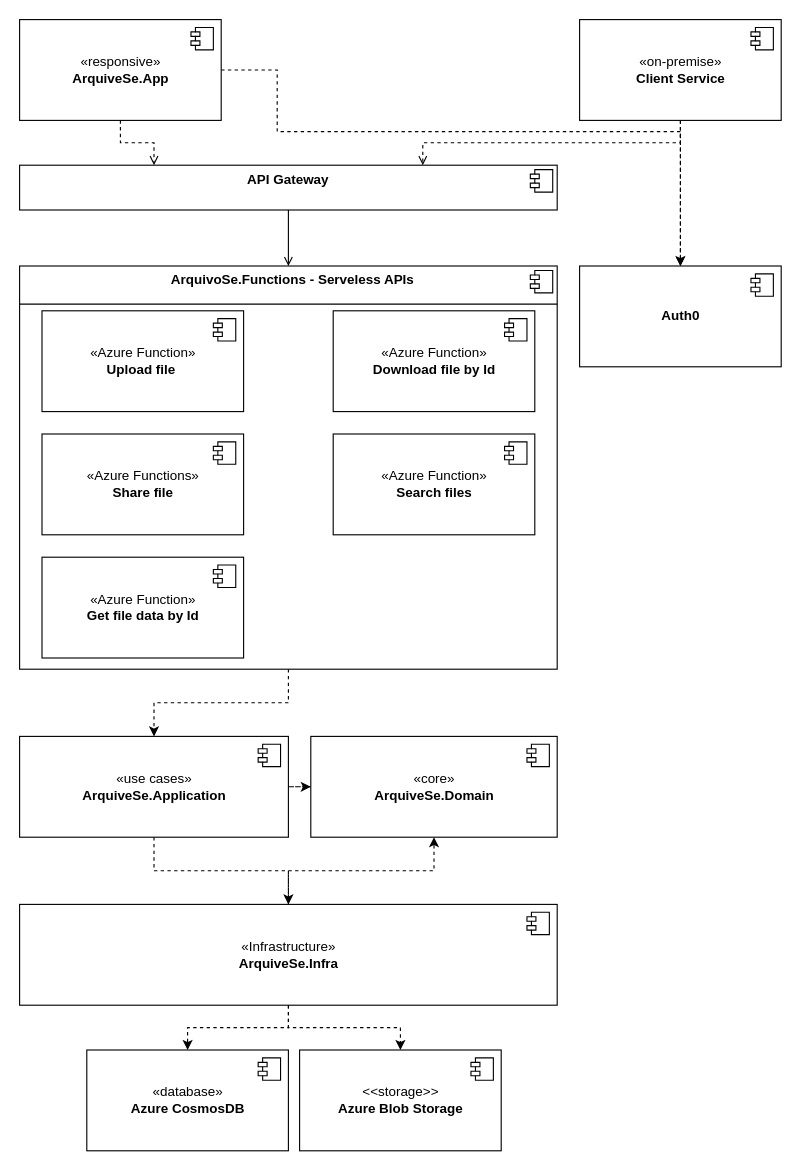
Earlier version of the draw.io diagram page "Components Diagram" (3 of 5) of docs/TCC - C4 Diagram.drawio (FelipeSpinelli/puc-minas-pos-tcc). Source tidied: cells renumbered, new cells numbered last; positions are measured from the earlier drawing's top-left corner, leaving out a move shared by most shapes. Both pictures are drawn from the tidied source at 112%, with x=0, y=0 at pixel (19, 19).
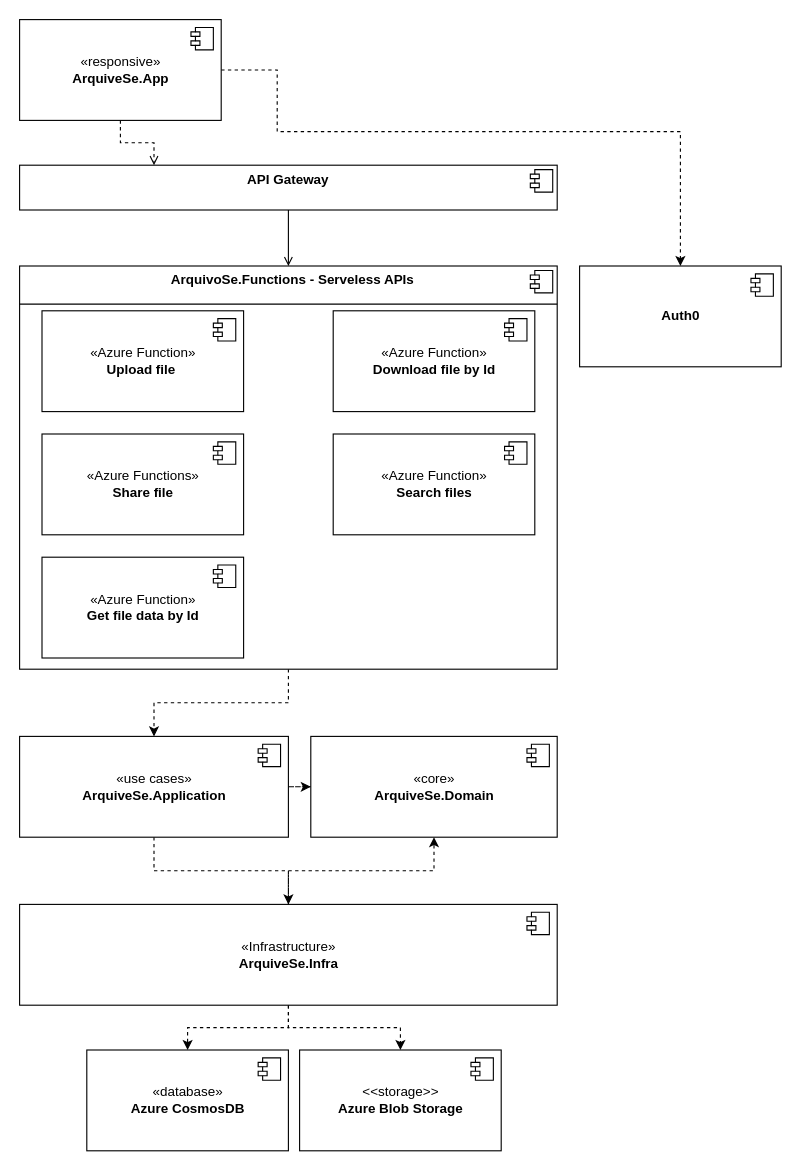
Above is the later version.

The change refers to these unchanged cells:
```xml
<mxCell id="3" value="&lt;p style=&quot;margin:0px;margin-top:6px;text-align:center;&quot;&gt;&lt;b&gt;API Gateway&lt;/b&gt;&lt;/p&gt;" style="align=left;overflow=fill;html=1;" parent="1" vertex="1">
  <mxGeometry y="130" width="480" height="40" as="geometry" />
</mxCell>
<mxCell id="10" value="&lt;b&gt;Auth0&lt;/b&gt;" style="html=1;" parent="1" vertex="1">
  <mxGeometry x="500" y="220" width="180" height="90" as="geometry" />
</mxCell>
```

What changed in the source:
```diff
@@
-    <mxCell id="8" value="«on-premise»&lt;br&gt;&lt;b&gt;Client Service&lt;/b&gt;" style="html=1;" parent="1" vertex="1">
-      <mxGeometry x="500" width="180" height="90" as="geometry" />
-    </mxCell>
-    <mxCell id="9" style="shape=module;jettyWidth=8;jettyHeight=4;" parent="8" vertex="1">
-      <mxGeometry x="1" width="20" height="20" relative="1" as="geometry">
-        <mxPoint x="-27" y="7" as="offset" />
-      </mxGeometry>
-    </mxCell>
@@
-    <mxCell id="13" style="endArrow=open;dashed=1;html=1;rounded=0;endFill=0;exitX=0.5;exitY=1;exitDx=0;exitDy=0;entryX=0.75;entryY=0;entryDx=0;entryDy=0;" parent="1" edge="1" source="8" target="3">
-      <mxGeometry relative="1" as="geometry">
-        <Array as="points">
-          <mxPoint x="590" y="110" />
-          <mxPoint x="360" y="110" />
-        </Array>
-      </mxGeometry>
-    </mxCell>
-    <mxCell id="14" style="endArrow=open;dashed=1;html=1;rounded=0;endFill=0;exitX=0.5;exitY=1;exitDx=0;exitDy=0;entryX=0.5;entryY=0;entryDx=0;entryDy=0;" parent="1" edge="1" source="8" target="10">
-      <mxGeometry relative="1" as="geometry" />
-    </mxCell>
```
